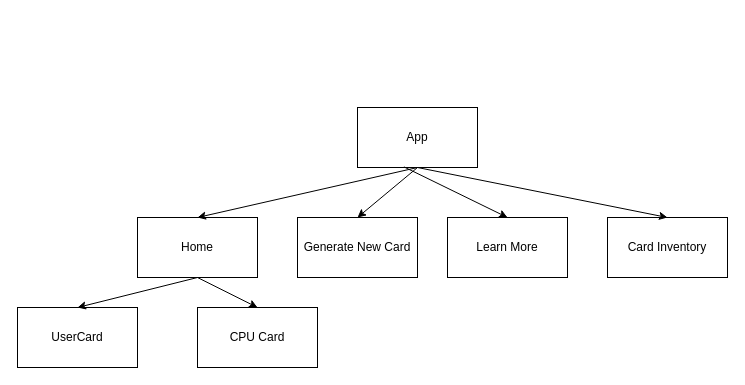
The draw.io diagram my-app/src/*.drawio in PTSDradio/ArtAttack, before the edit. Source tidied: cells renumbered, new cells numbered last; positions are measured from the earlier drawing's top-left corner, leaving out a move shared by most shapes. Both pictures are drawn from the tidied source at 100%, with x=0, y=0 at pixel (17, 107).
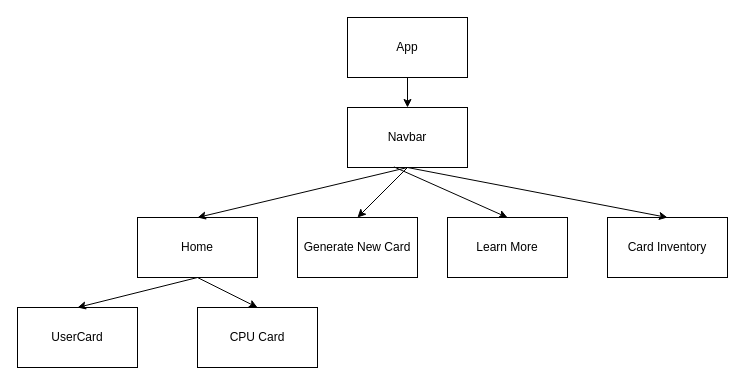
After the change.

Change to the diagram source:
```diff
@@
 <mxGraphModel>
   <root>
     <mxCell id="0" />
     <mxCell id="1" parent="0" />
     <mxCell id="2" value="Home&lt;br&gt;" style="whiteSpace=wrap;html=1;" parent="1" vertex="1">
       <mxGeometry x="120" y="110" width="120" height="60" as="geometry" />
     </mxCell>
     <mxCell id="3" value="UserCard" style="whiteSpace=wrap;html=1;" parent="1" vertex="1">
       <mxGeometry y="200" width="120" height="60" as="geometry" />
     </mxCell>
     <mxCell id="4" value="CPU Card" style="whiteSpace=wrap;html=1;" parent="1" vertex="1">
       <mxGeometry x="180" y="200" width="120" height="60" as="geometry" />
     </mxCell>
     <mxCell id="5" value="Generate New Card" style="whiteSpace=wrap;html=1;" parent="1" vertex="1">
       <mxGeometry x="280" y="110" width="120" height="60" as="geometry" />
     </mxCell>
     <mxCell id="6" value="Learn More" style="whiteSpace=wrap;html=1;" parent="1" vertex="1">
       <mxGeometry x="430" y="110" width="120" height="60" as="geometry" />
     </mxCell>
     <mxCell id="7" value="Card Inventory" style="whiteSpace=wrap;html=1;" parent="1" vertex="1">
       <mxGeometry x="590" y="110" width="120" height="60" as="geometry" />
     </mxCell>
     <mxCell id="8" style="edgeStyle=none;jettySize=auto;html=1;entryX=0.5;entryY=0;entryDx=0;entryDy=0;exitX=0.5;exitY=1;exitDx=0;exitDy=0;" parent="1" edge="1" source="2" target="3">
       <mxGeometry relative="1" as="geometry" />
     </mxCell>
     <mxCell id="9" style="edgeStyle=none;jettySize=auto;html=1;entryX=0.5;entryY=0;entryDx=0;entryDy=0;" parent="1" edge="1" target="4">
       <mxGeometry relative="1" as="geometry">
         <mxPoint x="180" y="170" as="sourcePoint" />
       </mxGeometry>
     </mxCell>
-    <mxCell id="10" value="App" style="whiteSpace=wrap;html=1;" parent="1" vertex="1">
-      <mxGeometry x="340" width="120" height="60" as="geometry" />
+    <mxCell id="10" value="Navbar" style="whiteSpace=wrap;html=1;" parent="1" vertex="1">
+      <mxGeometry x="330" width="120" height="60" as="geometry" />
     </mxCell>
     <mxCell id="11" style="edgeStyle=none;jettySize=auto;html=1;entryX=0.5;entryY=0;entryDx=0;entryDy=0;exitX=0.5;exitY=1;exitDx=0;exitDy=0;" parent="1" edge="1" source="10" target="2">
       <mxGeometry relative="1" as="geometry" />
     </mxCell>
     <mxCell id="12" style="edgeStyle=none;jettySize=auto;html=1;entryX=0.5;entryY=0;entryDx=0;entryDy=0;exitX=0.5;exitY=1;exitDx=0;exitDy=0;" parent="1" edge="1" source="10" target="5">
       <mxGeometry relative="1" as="geometry" />
     </mxCell>
     <mxCell id="13" style="edgeStyle=none;jettySize=auto;html=1;entryX=0.5;entryY=0;entryDx=0;entryDy=0;exitX=0.387;exitY=0.99;exitDx=0;exitDy=0;exitPerimeter=0;" parent="1" edge="1" source="10" target="6">
       <mxGeometry relative="1" as="geometry" />
     </mxCell>
     <mxCell id="14" style="edgeStyle=none;jettySize=auto;html=1;entryX=0.5;entryY=0;entryDx=0;entryDy=0;exitX=0.5;exitY=1;exitDx=0;exitDy=0;" parent="1" edge="1" source="10" target="7">
       <mxGeometry relative="1" as="geometry" />
     </mxCell>
+    <mxCell id="15" value="App" style="whiteSpace=wrap;html=1;" parent="1" vertex="1">
+      <mxGeometry x="330" y="-90" width="120" height="60" as="geometry" />
+    </mxCell>
+    <mxCell id="16" style="edgeStyle=none;jettySize=auto;html=1;entryX=0.5;entryY=0;entryDx=0;entryDy=0;" parent="1" edge="1" target="10">
+      <mxGeometry relative="1" as="geometry">
+        <mxPoint x="390" y="-30" as="sourcePoint" />
+      </mxGeometry>
+    </mxCell>
   </root>
 </mxGraphModel>
```
